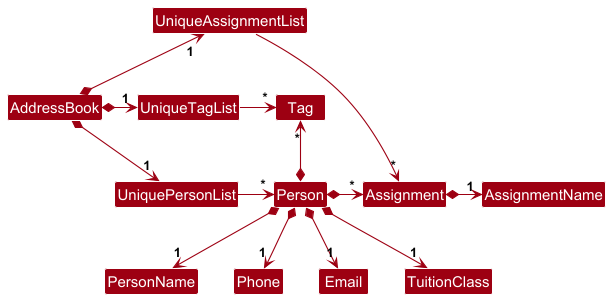
Before: docs/images/BetterModelClassDiagram.png, a diagram exported from PlantUML (AY2526S1-CS2103T-W14-1/tp).
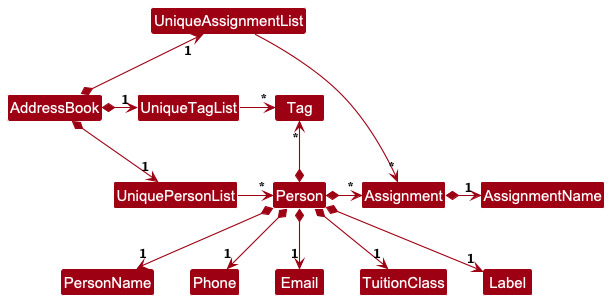
After the commit.

What changed in the source:
```diff
@@ -21,6 +21,7 @@
 Person *--> "1" Phone
 Person *--> "1" Email
 Person *--> "1" TuitionClass
+Person *--> "1" Label
 
 Assignment *-right-> "1" AssignmentName
 @enduml
```
